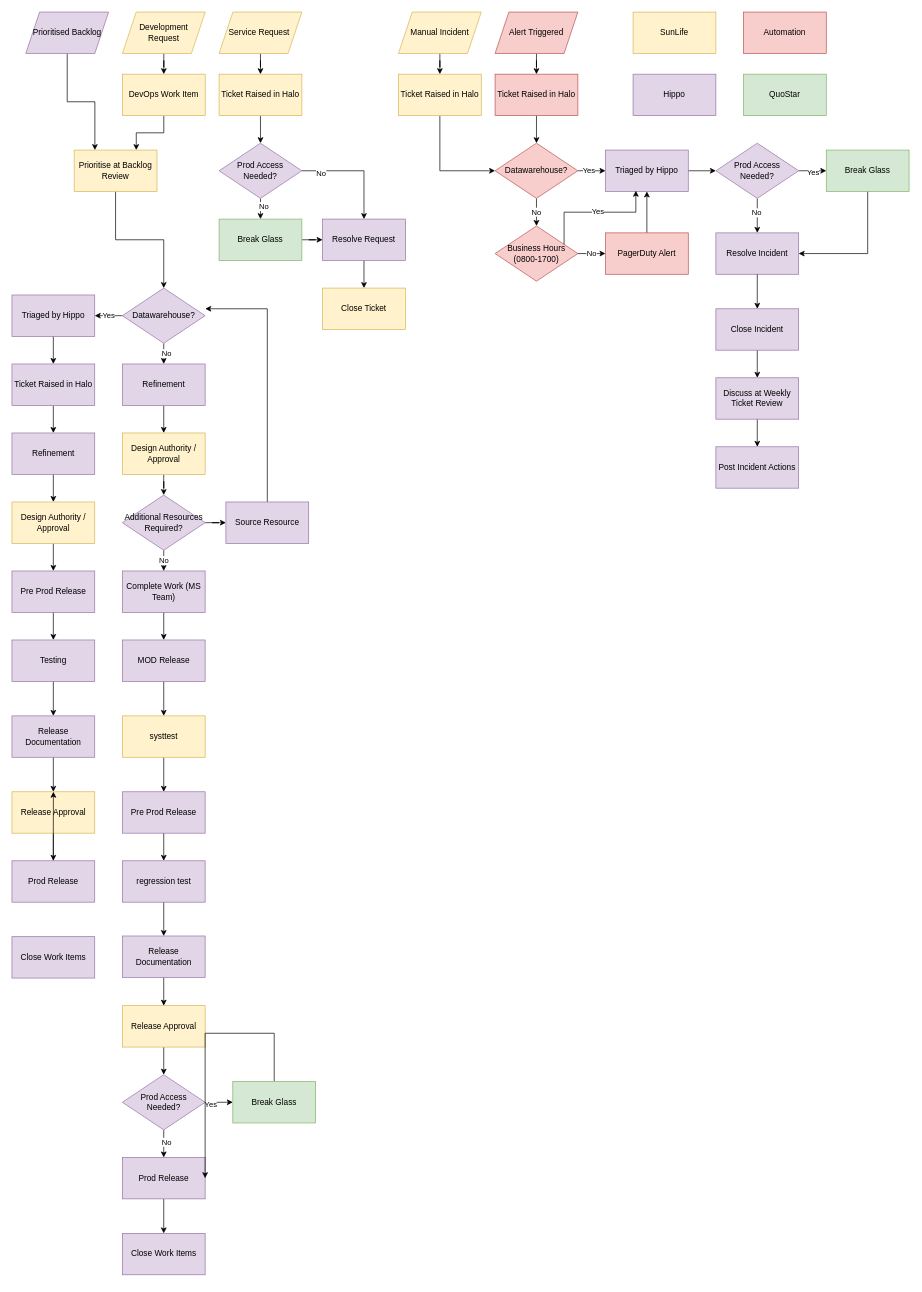
This is Untitled Diagram.drawio from DCTFUK/Drawio, a draw.io file, before an edit. Source tidied: cells renumbered, new cells numbered last; positions are measured from the earlier drawing's top-left corner, leaving out a move shared by most shapes. Both pictures are drawn from the tidied source at 69%, with x=0, y=0 at pixel (12, 12).
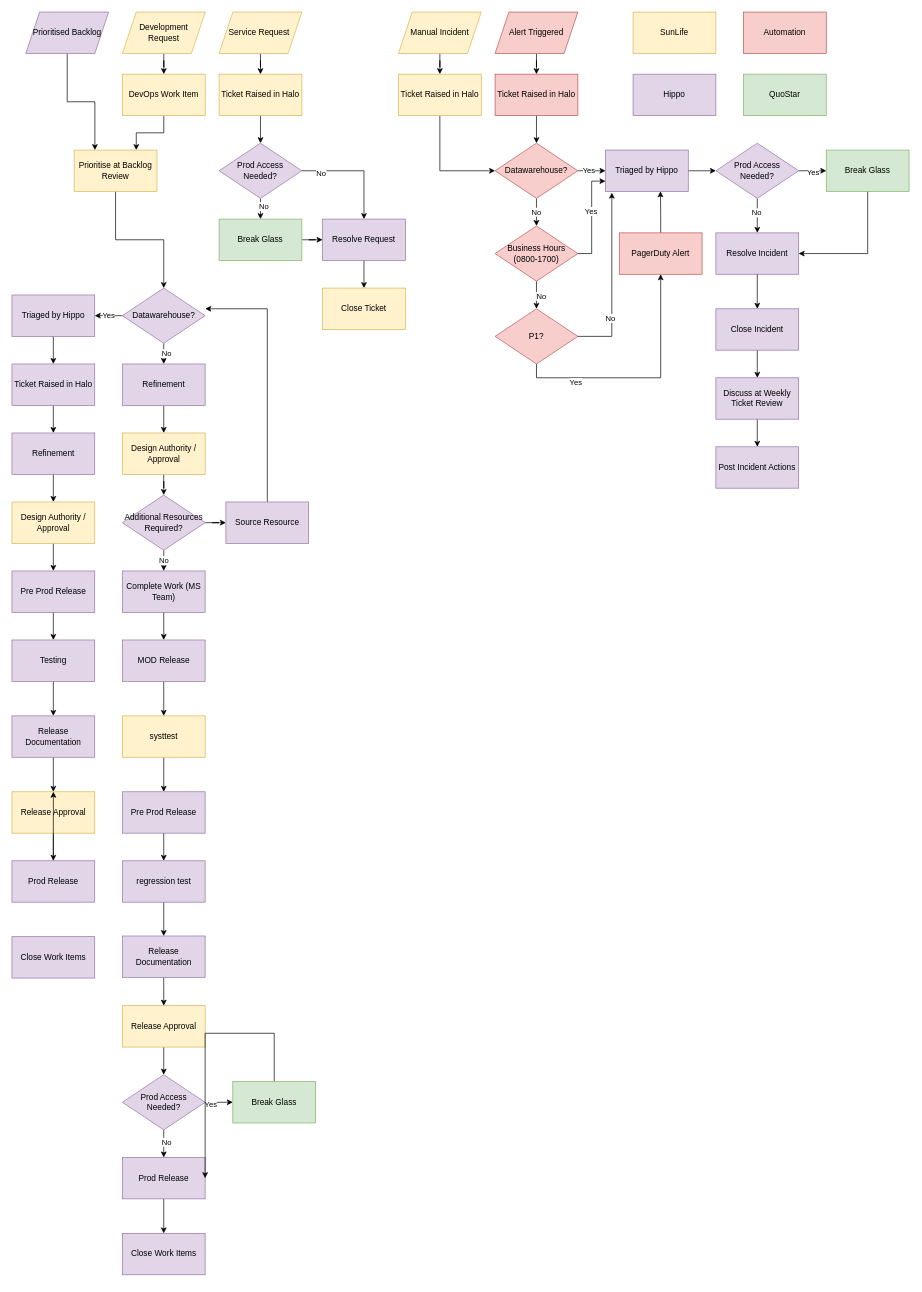
After the change.

Unchanged cells that the change refers to:
```xml
<mxCell id="13" value="Business Hours&lt;br&gt;(0800-1700)" style="rhombus;whiteSpace=wrap;html=1;fillColor=#f8cecc;strokeColor=#b85450;" parent="1" vertex="1">
  <mxGeometry x="700" y="310" width="120" height="80" as="geometry" />
</mxCell>
<mxCell id="15" value="Triaged by Hippo" style="rounded=0;whiteSpace=wrap;html=1;fillColor=#e1d5e7;strokeColor=#9673a6;" parent="1" vertex="1">
  <mxGeometry x="860" y="200" width="120" height="60" as="geometry" />
</mxCell>
```

The edit, as a diff of the source:
```diff
@@
-    <mxCell id="10" style="edgeStyle=orthogonalEdgeStyle;rounded=0;jettySize=auto;html=1;" parent="1" edge="1" source="11" target="15">
+    <mxCell id="10" style="edgeStyle=orthogonalEdgeStyle;rounded=0;jettySize=auto;html=1;entryX=0.664;entryY=0.996;entryDx=0;entryDy=0;exitX=0.5;exitY=0;exitDx=0;exitDy=0;entryPerimeter=0;" parent="1" edge="1" source="11" target="15">
       <mxGeometry relative="1" as="geometry" />
     </mxCell>
     <mxCell id="11" value="PagerDuty Alert" style="rounded=0;whiteSpace=wrap;html=1;fillColor=#f8cecc;strokeColor=#b85450;" parent="1" vertex="1">
-      <mxGeometry x="860" y="320" width="120" height="60" as="geometry" />
+      <mxGeometry x="880" y="320" width="120" height="60" as="geometry" />
     </mxCell>
-    <mxCell id="12" value="No" style="edgeStyle=orthogonalEdgeStyle;rounded=0;jettySize=auto;html=1;" parent="1" edge="1" source="13" target="11">
-      <mxGeometry relative="1" as="geometry" />
-    </mxCell>
+    <mxCell id="120" style="edgeStyle=orthogonalEdgeStyle;rounded=0;jettySize=auto;html=1;" parent="1" edge="1" source="13" target="125">
+      <mxGeometry relative="1" as="geometry" />
+    </mxCell>
+    <mxCell id="121" value="No" style="edgeLabel;html=1;align=center;verticalAlign=middle;" parent="120" vertex="1">
+      <mxGeometry x="0.07" y="6" relative="1" as="geometry" />
+    </mxCell>
+    <mxCell id="29" style="edgeStyle=orthogonalEdgeStyle;rounded=0;jettySize=auto;html=1;entryX=0;entryY=0.75;entryDx=0;entryDy=0;" parent="1" edge="1" source="13" target="15">
+      <mxGeometry relative="1" as="geometry" />
+    </mxCell>
+    <mxCell id="122" value="Yes" style="edgeLabel;html=1;align=center;verticalAlign=middle;" parent="29" vertex="1">
+      <mxGeometry x="0.13" y="2" relative="1" as="geometry" />
+    </mxCell>
@@
-    <mxCell id="29" style="edgeStyle=orthogonalEdgeStyle;rounded=0;jettySize=auto;html=1;entryX=0.367;entryY=0.983;entryDx=0;entryDy=0;entryPerimeter=0;" parent="1" edge="1" source="13" target="15">
-      <mxGeometry relative="1" as="geometry">
-        <Array as="points">
-          <mxPoint x="800" y="290" />
-          <mxPoint x="904" y="290" />
-        </Array>
-      </mxGeometry>
-    </mxCell>
-    <mxCell id="30" value="Yes" style="edgeLabel;html=1;align=center;verticalAlign=middle;" parent="29" vertex="1">
-      <mxGeometry x="0.05" y="2" relative="1" as="geometry" />
-    </mxCell>
@@
+    <mxCell id="123" style="edgeStyle=orthogonalEdgeStyle;rounded=0;jettySize=auto;html=1;entryX=0.5;entryY=1;entryDx=0;entryDy=0;exitX=0.5;exitY=1;exitDx=0;exitDy=0;" parent="1" edge="1" source="125" target="11">
+      <mxGeometry relative="1" as="geometry" />
+    </mxCell>
+    <mxCell id="124" value="Yes" style="edgeLabel;html=1;align=center;verticalAlign=middle;" parent="123" vertex="1">
+      <mxGeometry x="-0.56" y="-6" relative="1" as="geometry">
+        <mxPoint x="-1" as="offset" />
+      </mxGeometry>
+    </mxCell>
+    <mxCell id="125" value="P1?" style="rhombus;whiteSpace=wrap;html=1;fillColor=#f8cecc;strokeColor=#b85450;" parent="1" vertex="1">
+      <mxGeometry x="700" y="430" width="120" height="80" as="geometry" />
+    </mxCell>
+    <mxCell id="126" style="edgeStyle=orthogonalEdgeStyle;rounded=0;jettySize=auto;html=1;entryX=0.077;entryY=1.028;entryDx=0;entryDy=0;entryPerimeter=0;" parent="1" edge="1" source="125" target="15">
+      <mxGeometry relative="1" as="geometry" />
+    </mxCell>
+    <mxCell id="127" value="No" style="edgeLabel;html=1;align=center;verticalAlign=middle;" parent="126" vertex="1">
+      <mxGeometry x="-0.41" y="3" relative="1" as="geometry" />
+    </mxCell>
```
